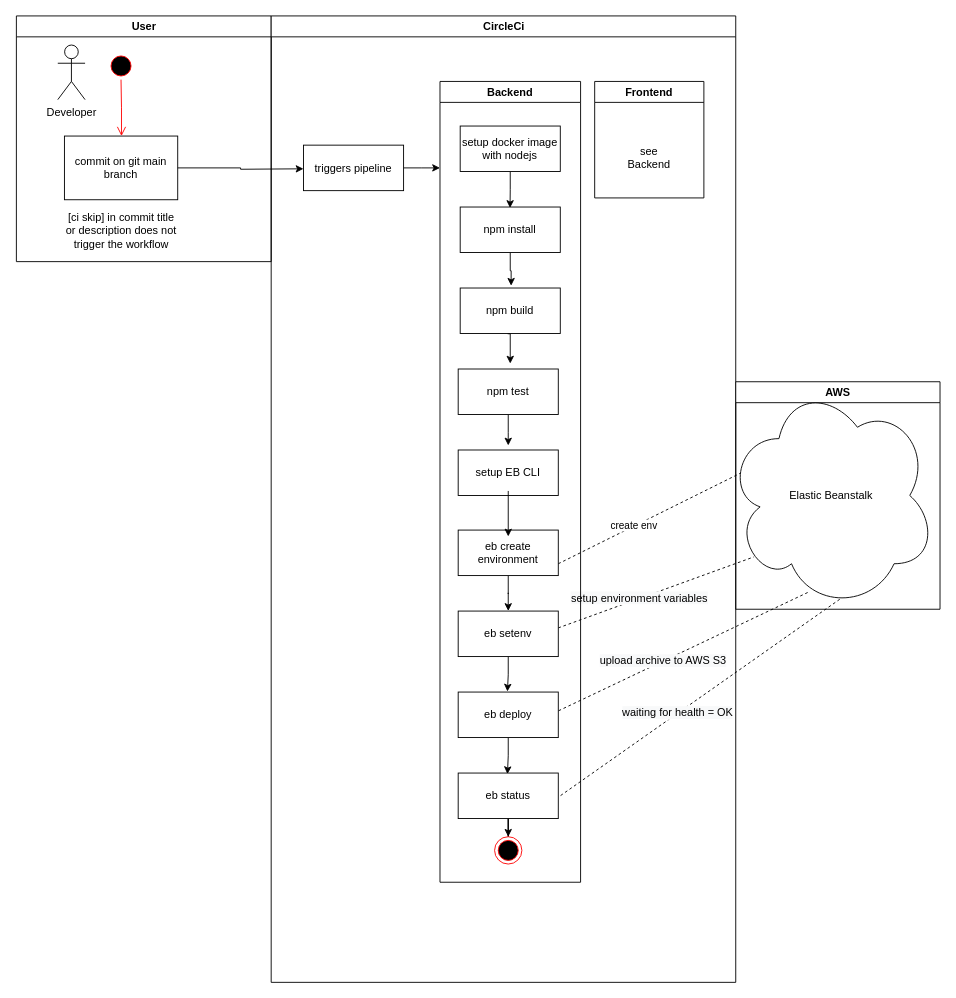
The draw.io diagram images/deployment-pipeline.drawio in hannesroth88/nd-0067-udacity-hosting-a-full-stack-application, before the edit. Source tidied: cells renumbered, new cells numbered last; positions are measured from the earlier drawing's top-left corner, leaving out a move shared by most shapes. Both pictures are drawn from the tidied source at 91%, with x=0, y=0 at pixel (15, 15).
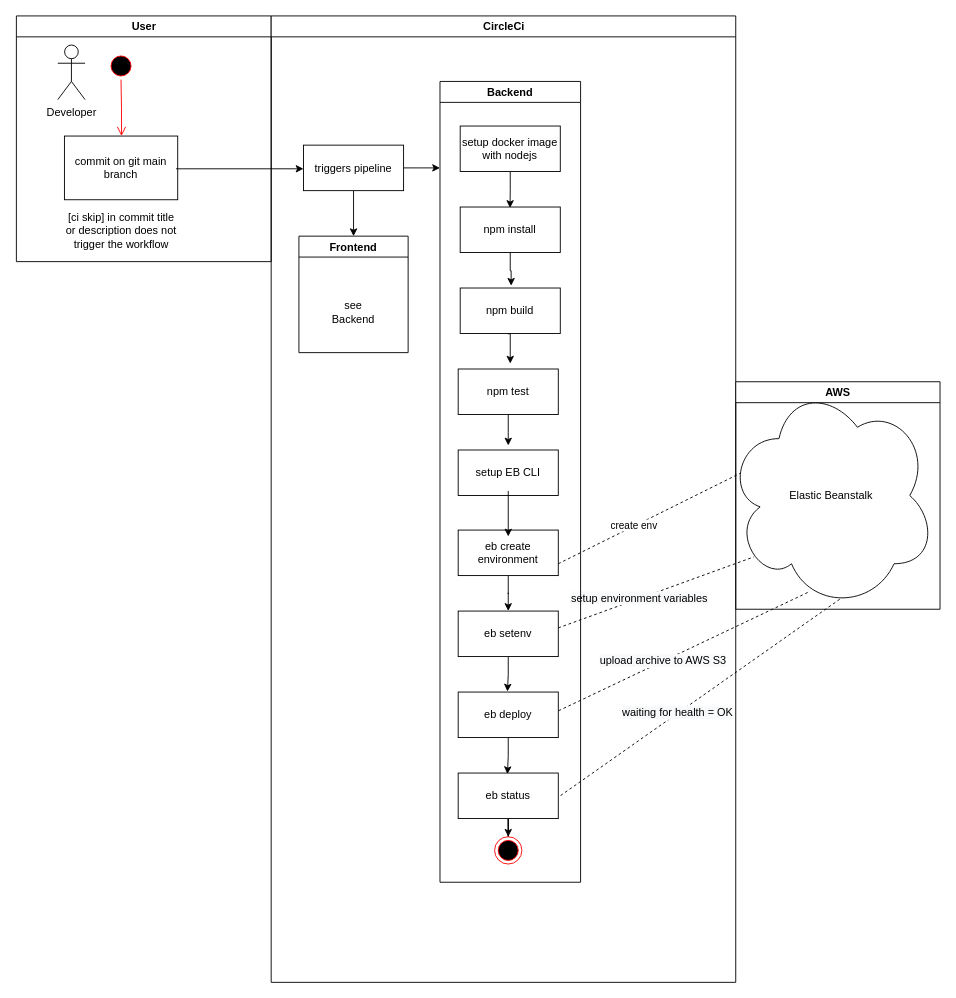
The same page after the edit.

The change refers to these unchanged cells:
```xml
<mxCell id="5" value="commit on git main branch" style="whiteSpace=wrap;" parent="2" vertex="1">
  <mxGeometry x="52.8" y="132" width="124.5" height="70" as="geometry" />
</mxCell>
<mxCell id="8" value="CircleCi" style="swimlane;whiteSpace=wrap;" parent="1" vertex="1">
  <mxGeometry x="280.5" width="510.5" height="1062" as="geometry" />
</mxCell>
<mxCell id="10" value="triggers pipeline" parent="8" vertex="1">
  <mxGeometry x="35.5" y="142" width="110" height="50" as="geometry" />
</mxCell>
```

Change to the diagram source:
```diff
@@
+    <mxCell id="44" style="edgeStyle=orthogonalEdgeStyle;rounded=0;jettySize=auto;html=1;entryX=0.5;entryY=0;entryDx=0;entryDy=0;entryPerimeter=0;" parent="8" edge="1" source="10" target="18">
+      <mxGeometry relative="1" as="geometry" />
+    </mxCell>
@@
     <mxCell id="18" value="Frontend" style="swimlane;" parent="8" vertex="1">
-      <mxGeometry x="355.5" y="72" width="120" height="128" as="geometry" />
+      <mxGeometry x="30.5" y="242" width="120" height="128" as="geometry" />
     </mxCell>
@@
-    <mxCell id="22" style="edgeStyle=orthogonalEdgeStyle;rounded=0;jettySize=auto;html=1;" parent="1" edge="1" source="5">
+    <mxCell id="22" style="edgeStyle=orthogonalEdgeStyle;rounded=0;orthogonalLoop=1;jettySize=auto;html=1;" parent="1" edge="1">
       <mxGeometry relative="1" as="geometry">
+        <mxPoint x="176" y="168" as="sourcePoint" />
         <mxPoint x="316" y="168" as="targetPoint" />
       </mxGeometry>
     </mxCell>
```
